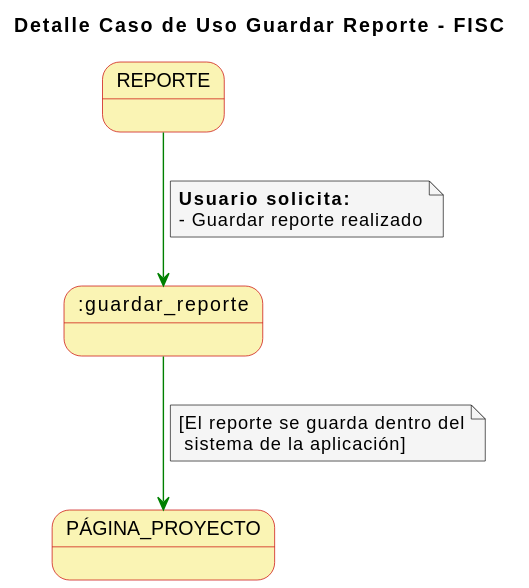
Before: imagenes/casosDeUso/detallesCasosUso/detalleCasoUsoGuardarReporte.svg, a diagram exported from PlantUML (mmasias/23-24-IdSw1-SDR). Its diagram source:
```plantuml
@startuml
skinparam state {
  BackgroundColor #faf4b4
  BorderColor #c90000
}

skinparam note {
  BackgroundColor #f5f5f5
}

skinparam linetype polyline

title Detalle Caso de Uso Guardar Reporte - FISC


REPORTE-[#green]-> :guardar_reporte
note on link
  **Usuario solicita:**
  - Guardar reporte realizado
end note

:guardar_reporte-[#green]-> PÁGINA_PROYECTO
note on link
   [El reporte se guarda dentro del
    sistema de la aplicación]
end note
@enduml
```
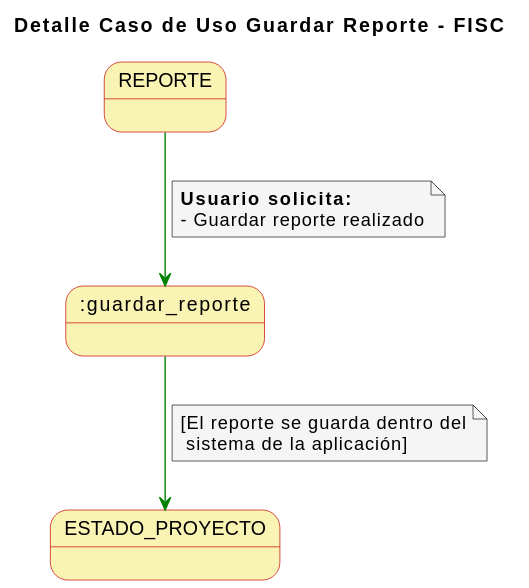
Above is the later version.

Diff of the diagram source:
```diff
@@ -19,7 +19,7 @@
   - Guardar reporte realizado
 end note
 
-:guardar_reporte-[#green]-> PÁGINA_PROYECTO
+:guardar_reporte-[#green]-> ESTADO_PROYECTO
 note on link
    [El reporte se guarda dentro del
     sistema de la aplicación]
```
